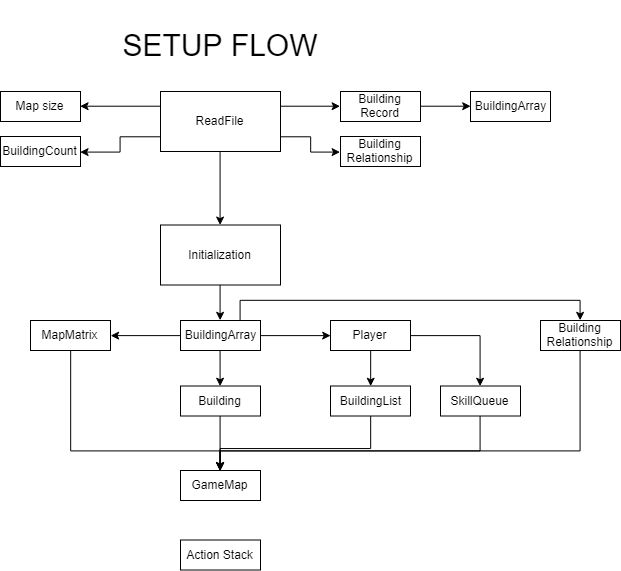
Earlier version of the draw.io export Diagrams/Flow Alstrukdat-Setup Flow.png (ilhamsyahids/Avatar-War-Game). Source tidied: cells renumbered, new cells last; positions are measured from the earlier drawing's top-left corner, leaving out a move shared by most shapes.
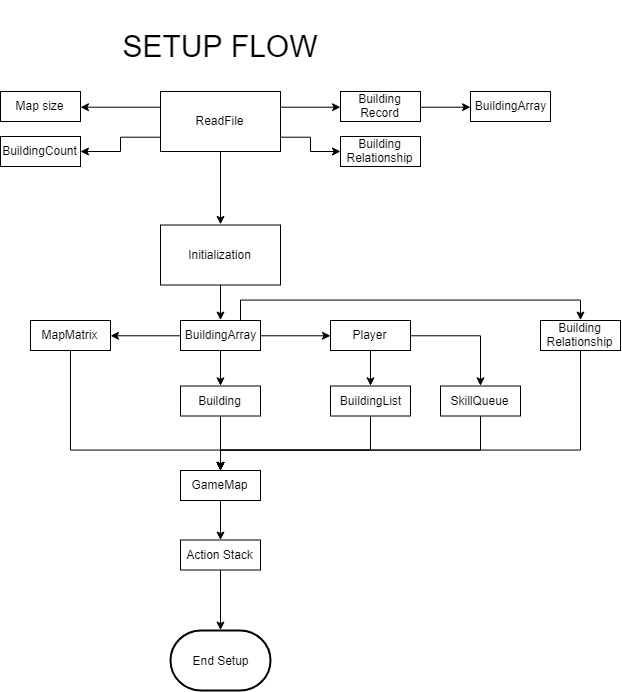
After the commit.

What changed in the source:
```diff
@@ -59,21 +59,20 @@
     <mxCell id="20" value="BuildingArray" style="rounded=0;whiteSpace=wrap;html=1;" parent="1" vertex="1">
       <mxGeometry x="180" y="320" width="80" height="30" as="geometry" />
     </mxCell>
-    <mxCell id="21" style="edgeStyle=orthogonalEdgeStyle;rounded=0;jettySize=auto;html=1;exitX=0.5;exitY=1;exitDx=0;exitDy=0;entryX=0.5;entryY=0;entryDx=0;entryDy=0;" parent="1" edge="1" source="22" target="35">
+    <mxCell id="21" style="edgeStyle=orthogonalEdgeStyle;rounded=0;jettySize=auto;html=1;exitX=0.5;exitY=1;exitDx=0;exitDy=0;" parent="1" edge="1" source="22" target="35">
       <mxGeometry relative="1" as="geometry" />
     </mxCell>
     <mxCell id="22" value="Building" style="rounded=0;whiteSpace=wrap;html=1;" parent="1" vertex="1">
       <mxGeometry x="180" y="385.5" width="80" height="30" as="geometry" />
     </mxCell>
-    <mxCell id="23" style="edgeStyle=orthogonalEdgeStyle;rounded=0;jettySize=auto;html=1;exitX=0.5;exitY=1;exitDx=0;exitDy=0;" parent="1" edge="1" source="24">
-      <mxGeometry relative="1" as="geometry">
-        <mxPoint x="220" y="470" as="targetPoint" />
-        <Array as="points">
-          <mxPoint x="70" y="450" />
-          <mxPoint x="220" y="450" />
-        </Array>
-      </mxGeometry>
-    </mxCell>
+    <mxCell id="37" style="edgeStyle=orthogonalEdgeStyle;rounded=0;jettySize=auto;html=1;exitX=0.5;exitY=1;exitDx=0;exitDy=0;entryX=0.5;entryY=0;entryDx=0;entryDy=0;" parent="1" edge="1" source="24" target="35">
+      <mxGeometry relative="1" as="geometry">
+        <Array as="points">
+          <mxPoint x="70" y="450" />
+          <mxPoint x="220" y="450" />
+        </Array>
+      </mxGeometry>
+    </mxCell>
     <mxCell id="24" value="MapMatrix" style="rounded=0;whiteSpace=wrap;html=1;" parent="1" vertex="1">
       <mxGeometry x="30" y="320" width="80" height="30" as="geometry" />
     </mxCell>
@@ -89,11 +88,14 @@
     <mxCell id="28" value="Player" style="rounded=0;whiteSpace=wrap;html=1;" parent="1" vertex="1">
       <mxGeometry x="330" y="320" width="80" height="30" as="geometry" />
     </mxCell>
-    <mxCell id="29" style="edgeStyle=orthogonalEdgeStyle;rounded=0;jettySize=auto;html=1;exitX=0.5;exitY=1;exitDx=0;exitDy=0;" parent="1" edge="1" source="30">
-      <mxGeometry relative="1" as="geometry">
-        <mxPoint x="220" y="480" as="targetPoint" />
-      </mxGeometry>
-    </mxCell>
+    <mxCell id="38" style="edgeStyle=orthogonalEdgeStyle;rounded=0;jettySize=auto;html=1;exitX=0.5;exitY=1;exitDx=0;exitDy=0;" parent="1" edge="1" source="30" target="35">
+      <mxGeometry relative="1" as="geometry">
+        <Array as="points">
+          <mxPoint x="370" y="450" />
+          <mxPoint x="220" y="450" />
+        </Array>
+      </mxGeometry>
+    </mxCell>
     <mxCell id="30" value="BuildingList" style="rounded=0;whiteSpace=wrap;html=1;" parent="1" vertex="1">
       <mxGeometry x="330" y="385.5" width="80" height="30" as="geometry" />
     </mxCell>
@@ -108,7 +110,7 @@
     <mxCell id="32" value="SkillQueue" style="rounded=0;whiteSpace=wrap;html=1;" parent="1" vertex="1">
       <mxGeometry x="440" y="385.5" width="80" height="30" as="geometry" />
     </mxCell>
-    <mxCell id="33" style="edgeStyle=orthogonalEdgeStyle;rounded=0;jettySize=auto;html=1;exitX=0.5;exitY=1;exitDx=0;exitDy=0;entryX=0.5;entryY=0;entryDx=0;entryDy=0;" parent="1" edge="1" source="34" target="35">
+    <mxCell id="33" style="edgeStyle=orthogonalEdgeStyle;rounded=0;jettySize=auto;html=1;exitX=0.5;exitY=1;exitDx=0;exitDy=0;" parent="1" edge="1" source="34" target="35">
       <mxGeometry relative="1" as="geometry">
         <Array as="points">
           <mxPoint x="580" y="450" />
@@ -119,11 +121,20 @@
     <mxCell id="34" value="Building Relationship" style="rounded=0;whiteSpace=wrap;html=1;" parent="1" vertex="1">
       <mxGeometry x="540" y="320" width="80" height="30" as="geometry" />
     </mxCell>
+    <mxCell id="39" style="edgeStyle=orthogonalEdgeStyle;rounded=0;jettySize=auto;html=1;exitX=0.5;exitY=1;exitDx=0;exitDy=0;entryX=0.5;entryY=0;entryDx=0;entryDy=0;" parent="1" edge="1" source="35" target="36">
+      <mxGeometry relative="1" as="geometry" />
+    </mxCell>
     <mxCell id="35" value="GameMap" style="rounded=0;whiteSpace=wrap;html=1;" parent="1" vertex="1">
       <mxGeometry x="180" y="470" width="80" height="30" as="geometry" />
     </mxCell>
+    <mxCell id="40" style="edgeStyle=orthogonalEdgeStyle;rounded=0;jettySize=auto;html=1;exitX=0.5;exitY=1;exitDx=0;exitDy=0;entryX=0.5;entryY=0;entryDx=0;entryDy=0;entryPerimeter=0;" parent="1" edge="1" source="36" target="41">
+      <mxGeometry relative="1" as="geometry" />
+    </mxCell>
     <mxCell id="36" value="Action Stack" style="rounded=0;whiteSpace=wrap;html=1;" parent="1" vertex="1">
       <mxGeometry x="180" y="539.5" width="80" height="30" as="geometry" />
     </mxCell>
+    <mxCell id="41" value="End Setup" style="strokeWidth=2;html=1;shape=mxgraph.flowchart.terminator;whiteSpace=wrap;" parent="1" vertex="1">
+      <mxGeometry x="170" y="630" width="100" height="60" as="geometry" />
+    </mxCell>
   </root>
 </mxGraphModel>
```
